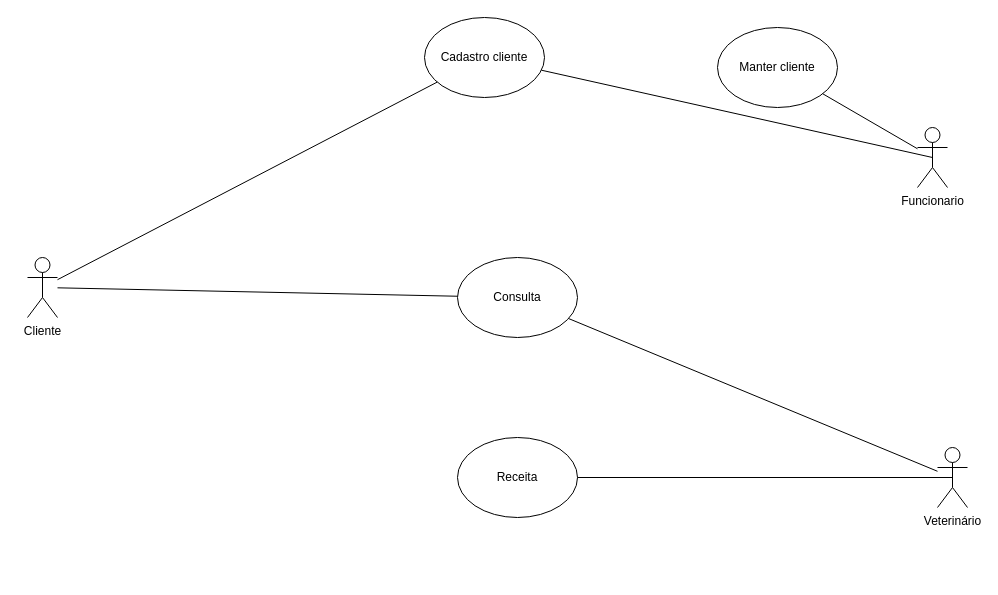
Before: IFTM-2023-1SEM/Ex03Lista01.drawio in Krittz/IFTM-ADS, a draw.io diagram. Source tidied: cells renumbered, new cells numbered last; positions are measured from the earlier drawing's top-left corner, leaving out a move shared by most shapes. Both pictures are drawn from the tidied source at 100%, with x=0, y=0 at pixel (27, 17).
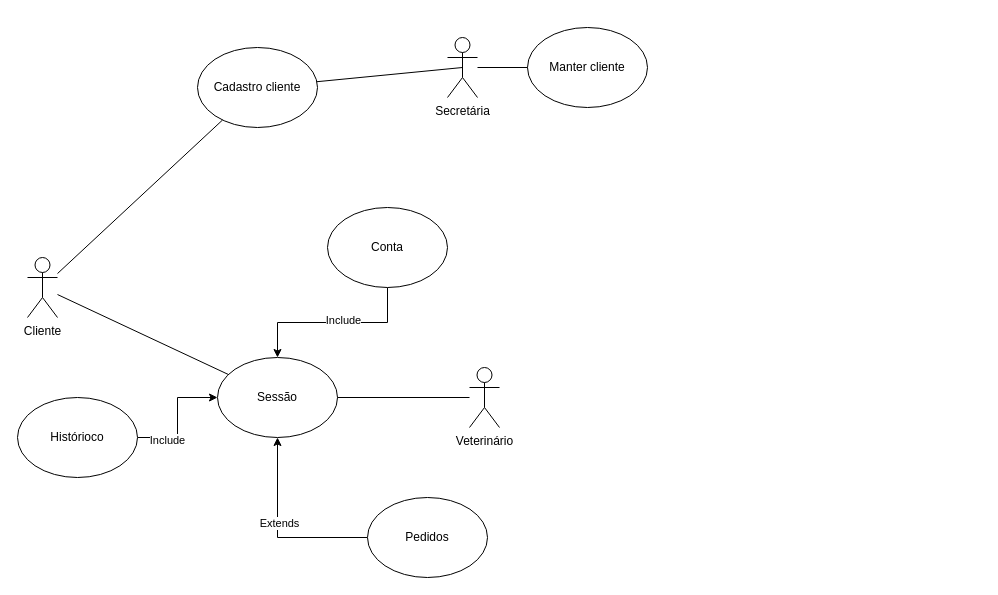
The same page after the edit.

What changed in the source:
```diff
@@
     <mxCell id="2" value="Cadastro cliente&lt;br&gt;" style="ellipse;whiteSpace=wrap;html=1;" parent="1" vertex="1">
-      <mxGeometry x="397" width="120" height="80" as="geometry" />
+      <mxGeometry x="170" y="30" width="120" height="80" as="geometry" />
     </mxCell>
@@
-    <mxCell id="4" value="Funcionario&lt;br&gt;" style="shape=umlActor;verticalLabelPosition=bottom;verticalAlign=top;html=1;outlineConnect=0;" parent="1" vertex="1">
-      <mxGeometry x="890" y="110" width="30" height="60" as="geometry" />
+    <mxCell id="4" value="Secretária&lt;br&gt;" style="shape=umlActor;verticalLabelPosition=bottom;verticalAlign=top;html=1;outlineConnect=0;" parent="1" vertex="1">
+      <mxGeometry x="420" y="20" width="30" height="60" as="geometry" />
     </mxCell>
@@
     <mxCell id="7" value="Manter cliente" style="ellipse;whiteSpace=wrap;html=1;" parent="1" vertex="1">
-      <mxGeometry x="690" y="10" width="120" height="80" as="geometry" />
+      <mxGeometry x="500" y="10" width="120" height="80" as="geometry" />
     </mxCell>
@@
-    <mxCell id="9" value="Consulta" style="ellipse;whiteSpace=wrap;html=1;" parent="1" vertex="1">
-      <mxGeometry x="430" y="240" width="120" height="80" as="geometry" />
+    <mxCell id="9" value="Sessão" style="ellipse;whiteSpace=wrap;html=1;" parent="1" vertex="1">
+      <mxGeometry x="190" y="340" width="120" height="80" as="geometry" />
     </mxCell>
@@
     <mxCell id="11" value="Veterinário&lt;br&gt;" style="shape=umlActor;verticalLabelPosition=bottom;verticalAlign=top;html=1;outlineConnect=0;" parent="1" vertex="1">
-      <mxGeometry x="910" y="430" width="30" height="60" as="geometry" />
+      <mxGeometry x="442" y="350" width="30" height="60" as="geometry" />
     </mxCell>
@@
-    <mxCell id="13" value="Receita" style="ellipse;whiteSpace=wrap;html=1;" parent="1" vertex="1">
-      <mxGeometry x="430" y="420" width="120" height="80" as="geometry" />
-    </mxCell>
-    <mxCell id="14" style="endArrow=none;html=1;rounded=0;entryX=0.5;entryY=0.5;entryDx=0;entryDy=0;entryPerimeter=0;" parent="1" edge="1" source="13" target="11">
-      <mxGeometry relative="1" as="geometry" />
-    </mxCell>
+    <mxCell id="15" style="edgeStyle=orthogonalEdgeStyle;rounded=0;jettySize=auto;html=1;" parent="1" edge="1" source="17" target="9">
+      <mxGeometry relative="1" as="geometry" />
+    </mxCell>
+    <mxCell id="16" value="Include" style="edgeLabel;html=1;align=center;verticalAlign=middle;" parent="15" vertex="1">
+      <mxGeometry x="-0.51" y="-2" relative="1" as="geometry" />
+    </mxCell>
+    <mxCell id="17" value="Histórioco&lt;br&gt;" style="ellipse;whiteSpace=wrap;html=1;" parent="1" vertex="1">
+      <mxGeometry x="-10" y="380" width="120" height="80" as="geometry" />
+    </mxCell>
+    <mxCell id="18" style="edgeStyle=orthogonalEdgeStyle;rounded=0;jettySize=auto;html=1;" parent="1" edge="1" source="20" target="9">
+      <mxGeometry relative="1" as="geometry" />
+    </mxCell>
+    <mxCell id="19" value="Extends" style="edgeLabel;html=1;align=center;verticalAlign=middle;" parent="18" vertex="1">
+      <mxGeometry x="0.1" y="-1" relative="1" as="geometry" />
+    </mxCell>
+    <mxCell id="20" value="Pedidos" style="ellipse;whiteSpace=wrap;html=1;" parent="1" vertex="1">
+      <mxGeometry x="340" y="480" width="120" height="80" as="geometry" />
+    </mxCell>
+    <mxCell id="21" style="edgeStyle=orthogonalEdgeStyle;rounded=0;jettySize=auto;html=1;" parent="1" edge="1" source="23" target="9">
+      <mxGeometry relative="1" as="geometry" />
+    </mxCell>
+    <mxCell id="22" value="Include" style="edgeLabel;html=1;align=center;verticalAlign=middle;" parent="21" vertex="1">
+      <mxGeometry x="-0.11" y="-3" relative="1" as="geometry" />
+    </mxCell>
+    <mxCell id="23" value="Conta&lt;br&gt;" style="ellipse;whiteSpace=wrap;html=1;" parent="1" vertex="1">
+      <mxGeometry x="300" y="190" width="120" height="80" as="geometry" />
+    </mxCell>
```
